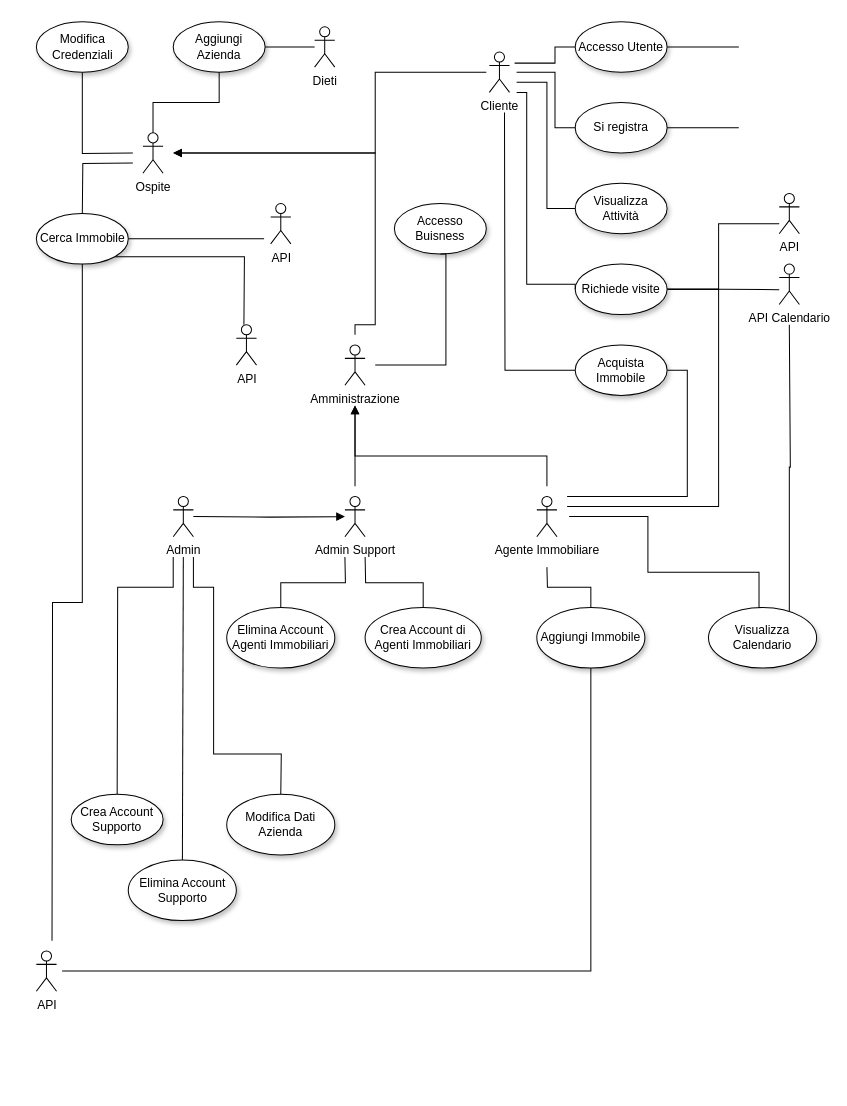
Noke300/ProgettoINGSW keeps this draw.io diagram as Use Case Diagram/Use Case Diagram DietiEstas25.drawio. Above is the earlier version. Source tidied: cells renumbered, new cells numbered last; positions are measured from the earlier drawing's top-left corner, leaving out a move shared by most shapes. Both pictures are drawn from the tidied source at 101%, with x=0, y=0 at pixel (35, 21).
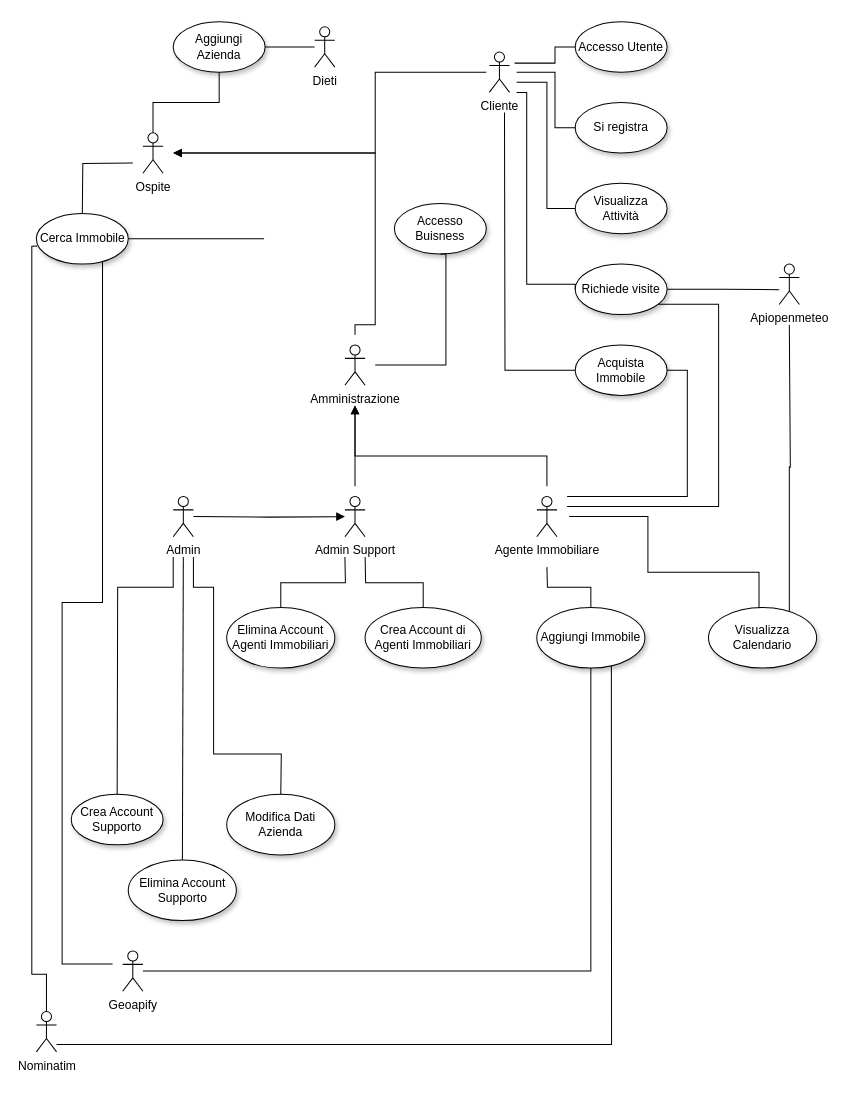
Above is the later version.

Unchanged cells that the change refers to:
```xml
<mxCell id="9" value="Cerca Immobile" style="ellipse;whiteSpace=wrap;html=1;shadow=1;" parent="1" vertex="1">
  <mxGeometry x="0.5" y="190" width="91" height="50" as="geometry" />
</mxCell>
<mxCell id="15" value="Accesso Utente" style="ellipse;whiteSpace=wrap;html=1;shadow=1;" parent="1" vertex="1">
  <mxGeometry x="534" width="91" height="50" as="geometry" />
</mxCell>
<mxCell id="18" value="Si registra" style="ellipse;whiteSpace=wrap;html=1;shadow=1;" parent="1" vertex="1">
  <mxGeometry x="534" y="80" width="91" height="50" as="geometry" />
</mxCell>
<mxCell id="22" value="Richiede visite" style="ellipse;whiteSpace=wrap;html=1;shadow=1;" parent="1" vertex="1">
  <mxGeometry x="534" y="240" width="91" height="50" as="geometry" />
</mxCell>
<mxCell id="44" value="Aggiungi Immobile" style="ellipse;whiteSpace=wrap;html=1;shadow=1;" parent="1" vertex="1">
  <mxGeometry x="496" y="580" width="107" height="60" as="geometry" />
</mxCell>
```

Diff of the diagram source:
```diff
@@
-    <mxCell id="3" style="edgeStyle=orthogonalEdgeStyle;shape=connector;rounded=0;jettySize=auto;html=1;strokeColor=default;align=center;verticalAlign=middle;fontFamily=Helvetica;fontSize=12;fontColor=default;labelBackgroundColor=default;startFill=0;endArrow=none;entryX=0.5;entryY=1;entryDx=0;entryDy=0;" parent="1" edge="1" target="12">
-      <mxGeometry relative="1" as="geometry">
-        <mxPoint x="96" y="130" as="sourcePoint" />
-      </mxGeometry>
-    </mxCell>
@@
-    <mxCell id="7" style="edgeStyle=orthogonalEdgeStyle;shape=connector;rounded=0;jettySize=auto;html=1;exitX=1;exitY=1;exitDx=0;exitDy=0;strokeColor=default;align=center;verticalAlign=middle;fontFamily=Helvetica;fontSize=12;fontColor=default;labelBackgroundColor=default;startFill=0;endArrow=none;" parent="1" edge="1" source="9">
-      <mxGeometry relative="1" as="geometry">
-        <mxPoint x="206" y="300" as="targetPoint" />
-      </mxGeometry>
-    </mxCell>
     <mxCell id="8" style="edgeStyle=orthogonalEdgeStyle;shape=connector;rounded=0;jettySize=auto;html=1;strokeColor=default;align=center;verticalAlign=middle;fontFamily=Helvetica;fontSize=12;fontColor=default;labelBackgroundColor=default;startFill=0;endArrow=none;" parent="1" edge="1" source="9">
       <mxGeometry relative="1" as="geometry">
-        <mxPoint x="16" y="910" as="targetPoint" />
+        <mxPoint x="76" y="933" as="targetPoint" />
+        <Array as="points">
+          <mxPoint x="66" y="575" />
+          <mxPoint x="26" y="575" />
+          <mxPoint x="26" y="933" />
+        </Array>
       </mxGeometry>
     </mxCell>
@@
-    <mxCell id="12" value="Modifica Credenziali" style="ellipse;whiteSpace=wrap;html=1;shadow=1;" parent="1" vertex="1">
-      <mxGeometry x="0.5" width="91" height="50" as="geometry" />
-    </mxCell>
@@
-    <mxCell id="14" style="edgeStyle=orthogonalEdgeStyle;shape=connector;rounded=0;jettySize=auto;html=1;exitX=1;exitY=0.5;exitDx=0;exitDy=0;strokeColor=default;align=center;verticalAlign=middle;fontFamily=Helvetica;fontSize=12;fontColor=default;labelBackgroundColor=default;startFill=0;endArrow=none;" parent="1" edge="1" source="15">
-      <mxGeometry relative="1" as="geometry">
-        <mxPoint x="696" y="25" as="targetPoint" />
-      </mxGeometry>
-    </mxCell>
@@
-    <mxCell id="17" style="edgeStyle=orthogonalEdgeStyle;shape=connector;rounded=0;jettySize=auto;html=1;exitX=1;exitY=0.5;exitDx=0;exitDy=0;strokeColor=default;align=center;verticalAlign=middle;fontFamily=Helvetica;fontSize=12;fontColor=default;labelBackgroundColor=default;startFill=0;endArrow=none;" parent="1" edge="1" source="18">
-      <mxGeometry relative="1" as="geometry">
-        <mxPoint x="696" y="105.1" as="targetPoint" />
-      </mxGeometry>
-    </mxCell>
@@
-    <mxCell id="19" style="edgeStyle=orthogonalEdgeStyle;shape=connector;rounded=0;jettySize=auto;html=1;exitX=1;exitY=0.5;exitDx=0;exitDy=0;strokeColor=default;align=center;verticalAlign=middle;fontFamily=Helvetica;fontSize=12;fontColor=default;labelBackgroundColor=default;startFill=0;endArrow=none;" parent="1" edge="1" source="22">
+    <mxCell id="19" style="edgeStyle=orthogonalEdgeStyle;shape=connector;rounded=0;jettySize=auto;html=1;strokeColor=default;align=center;verticalAlign=middle;fontFamily=Helvetica;fontSize=12;fontColor=default;labelBackgroundColor=default;startFill=0;endArrow=none;exitX=0.907;exitY=0.794;exitDx=0;exitDy=0;exitPerimeter=0;" parent="1" edge="1" source="22">
       <mxGeometry relative="1" as="geometry">
         <mxPoint x="526" y="480" as="targetPoint" />
         <Array as="points">
-          <mxPoint x="676" y="265" />
+          <mxPoint x="676" y="280" />
           <mxPoint x="676" y="480" />
-          <mxPoint x="526" y="480" />
         </Array>
       </mxGeometry>
     </mxCell>
@@
-    <mxCell id="21" style="edgeStyle=orthogonalEdgeStyle;shape=connector;rounded=0;jettySize=auto;html=1;exitX=1;exitY=0.5;exitDx=0;exitDy=0;strokeColor=default;align=center;verticalAlign=middle;fontFamily=Helvetica;fontSize=12;fontColor=default;labelBackgroundColor=default;startFill=0;endArrow=none;" parent="1" edge="1" source="22">
-      <mxGeometry relative="1" as="geometry">
-        <mxPoint x="736" y="200" as="targetPoint" />
-        <Array as="points">
-          <mxPoint x="676" y="265" />
-          <mxPoint x="676" y="200" />
-          <mxPoint x="736" y="200" />
-        </Array>
-      </mxGeometry>
-    </mxCell>
@@
-    <mxCell id="57" value="API" style="shape=umlActor;verticalLabelPosition=bottom;verticalAlign=top;html=1;outlineConnect=0;perimeterSpacing=0;" parent="1" vertex="1">
-      <mxGeometry x="232.5" y="180" width="20" height="40" as="geometry" />
+    <mxCell id="57" value="Nominatim&lt;div&gt;&lt;br&gt;&lt;/div&gt;" style="shape=umlActor;verticalLabelPosition=bottom;verticalAlign=top;html=1;outlineConnect=0;perimeterSpacing=0;" parent="1" vertex="1">
+      <mxGeometry x="0.5" y="980" width="20" height="40" as="geometry" />
     </mxCell>
-    <mxCell id="58" value="API" style="shape=umlActor;verticalLabelPosition=bottom;verticalAlign=top;html=1;perimeterSpacing=0;" parent="1" vertex="1">
-      <mxGeometry x="198.5" y="300" width="20" height="40" as="geometry" />
-    </mxCell>
-    <mxCell id="59" value="API" style="shape=umlActor;verticalLabelPosition=bottom;verticalAlign=top;html=1;perimeterSpacing=0;" parent="1" vertex="1">
-      <mxGeometry x="0.5" y="920" width="20" height="40" as="geometry" />
+    <mxCell id="59" value="Geoapify" style="shape=umlActor;verticalLabelPosition=bottom;verticalAlign=top;html=1;perimeterSpacing=0;" parent="1" vertex="1">
+      <mxGeometry x="86" y="920" width="20" height="40" as="geometry" />
     </mxCell>
     <mxCell id="60" style="edgeStyle=orthogonalEdgeStyle;shape=connector;rounded=0;jettySize=auto;html=1;strokeColor=default;align=center;verticalAlign=middle;fontFamily=Helvetica;fontSize=12;fontColor=default;labelBackgroundColor=default;startFill=0;endArrow=none;" parent="1" edge="1" source="44">
       <mxGeometry relative="1" as="geometry">
-        <mxPoint x="26" y="940" as="targetPoint" />
+        <mxPoint x="106" y="940" as="targetPoint" />
         <Array as="points">
           <mxPoint x="550" y="940" />
         </Array>
       </mxGeometry>
     </mxCell>
-    <mxCell id="61" value="API" style="shape=umlActor;verticalLabelPosition=bottom;verticalAlign=top;html=1;perimeterSpacing=0;" parent="1" vertex="1">
-      <mxGeometry x="736" y="170" width="20" height="40" as="geometry" />
-    </mxCell>
-    <mxCell id="62" value="API Calendario" style="shape=umlActor;verticalLabelPosition=bottom;verticalAlign=top;html=1;perimeterSpacing=0;" parent="1" vertex="1">
+    <mxCell id="62" value="Apiopenmeteo" style="shape=umlActor;verticalLabelPosition=bottom;verticalAlign=top;html=1;perimeterSpacing=0;" parent="1" vertex="1">
       <mxGeometry x="736" y="240" width="20" height="40" as="geometry" />
     </mxCell>
+    <mxCell id="63" style="edgeStyle=orthogonalEdgeStyle;shape=connector;rounded=0;jettySize=auto;html=1;strokeColor=default;align=center;verticalAlign=middle;fontFamily=Helvetica;fontSize=12;fontColor=default;labelBackgroundColor=default;startFill=0;endArrow=none;entryX=0.5;entryY=0;entryDx=0;entryDy=0;entryPerimeter=0;exitX=0.012;exitY=0.643;exitDx=0;exitDy=0;exitPerimeter=0;" parent="1" edge="1" source="9" target="57">
+      <mxGeometry relative="1" as="geometry">
+        <Array as="points">
+          <mxPoint x="-4" y="222" />
+          <mxPoint x="-4" y="943" />
+          <mxPoint x="11" y="943" />
+        </Array>
+      </mxGeometry>
+    </mxCell>
+    <mxCell id="64" style="edgeStyle=orthogonalEdgeStyle;shape=connector;rounded=0;jettySize=auto;html=1;strokeColor=default;align=center;verticalAlign=middle;fontFamily=Helvetica;fontSize=12;fontColor=default;labelBackgroundColor=default;startFill=0;endArrow=none;exitX=0.69;exitY=0.957;exitDx=0;exitDy=0;exitPerimeter=0;" parent="1" edge="1" source="44">
+      <mxGeometry relative="1" as="geometry">
+        <mxPoint x="20.5" y="1012.6" as="targetPoint" />
+        <Array as="points">
+          <mxPoint x="570" y="640" />
+          <mxPoint x="570" y="640" />
+          <mxPoint x="570" y="1013" />
+        </Array>
+      </mxGeometry>
+    </mxCell>
```
